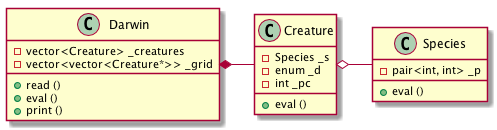
Above: examples/Darwin.png in akhilmurthy/cs371p (PlantUML), before the change.
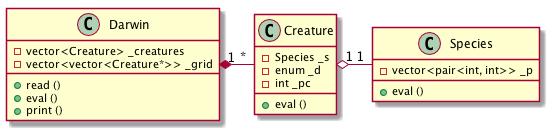
Later version of the same file.

The edit, as a diff of the source:
```diff
@@ -1,6 +1,6 @@
 @startuml
-Darwin   *- Creature
-Creature o- Species
+Darwin   "1" *- "*" Creature
+Creature "1" o- "1" Species
 
 class Darwin {
     - vector<Creature> _creatures
@@ -18,7 +18,7 @@
     }
 
 class Species {
-    - pair<int, int> _p
+    - vector<pair<int, int>> _p
     + eval ()
     }
 
```
